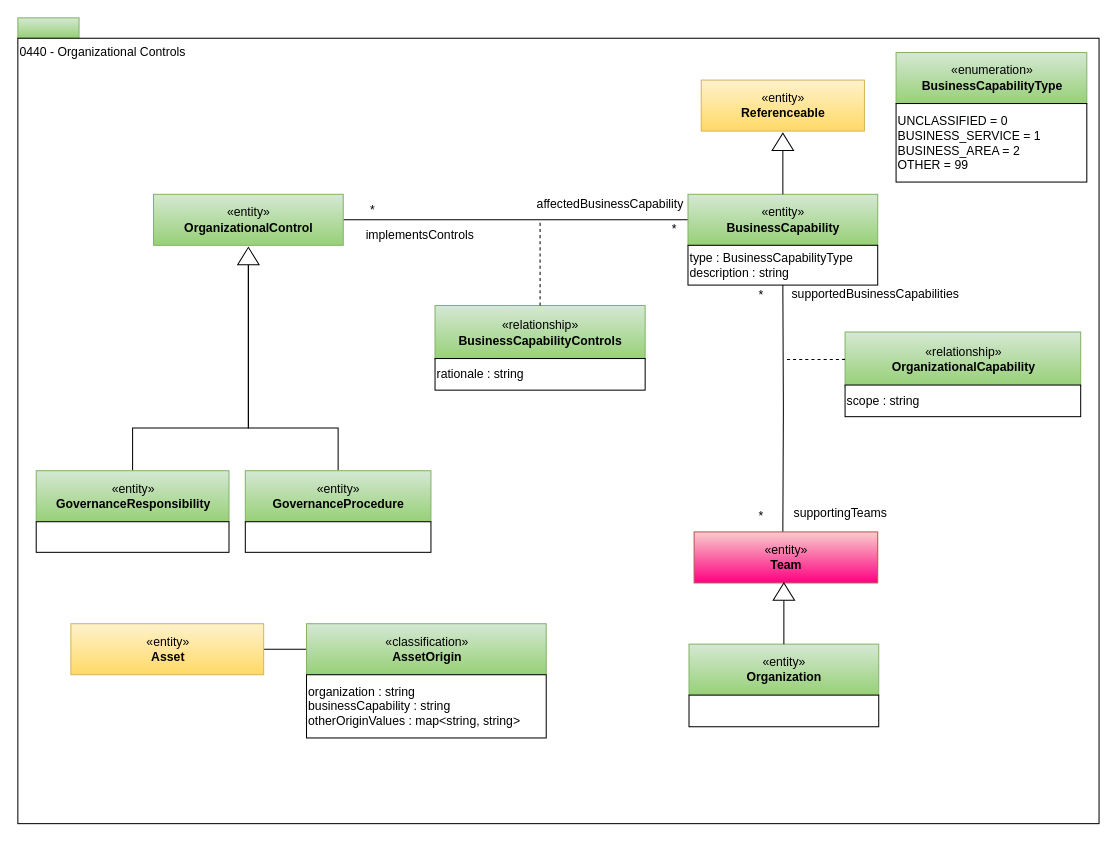
This is page "0440-Organizational-Controls" (15 of 25) of open-metadata-publication/website/open-metadata-types/area-4-governance.drawio from odpi/egeria, a draw.io file, before an edit. Source tidied: cells renumbered, new cells numbered last; positions are measured from the earlier drawing's top-left corner, leaving out a move shared by most shapes. Both pictures are drawn from the tidied source at 102%, with x=0, y=0 at pixel (17, 17).
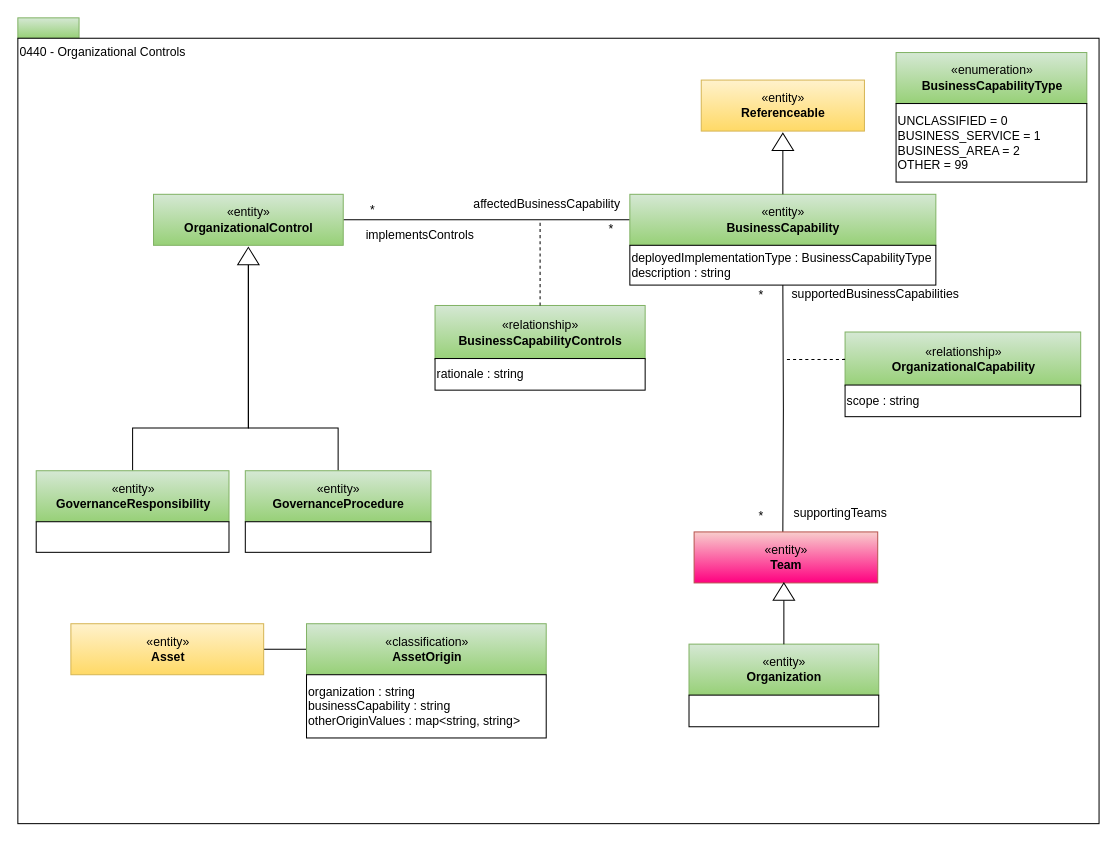
The same page after the edit.

Change to the diagram source:
```diff
@@
     <mxCell id="6" value="«entity»&lt;br&gt;&lt;b&gt;BusinessCapability&lt;/b&gt;" style="html=1;strokeColor=#82b366;align=center;fillColor=#d5e8d4;gradientColor=#97d077;" parent="1" vertex="1">
-      <mxGeometry x="657" y="173" width="186" height="50" as="geometry" />
+      <mxGeometry x="600" y="173" width="300" height="50" as="geometry" />
     </mxCell>
     <mxCell id="7" value="*" style="text;html=1;strokeColor=none;fillColor=none;align=center;verticalAlign=middle;whiteSpace=wrap;rounded=0;" parent="1" vertex="1">
-      <mxGeometry x="631" y="198" width="26" height="18" as="geometry" />
+      <mxGeometry x="569" y="198" width="26" height="18" as="geometry" />
     </mxCell>
@@
     <mxCell id="11" value="affectedBusinessCapability" style="text;html=1;strokeColor=none;fillColor=none;align=center;verticalAlign=middle;whiteSpace=wrap;rounded=0;" parent="1" vertex="1">
-      <mxGeometry x="518" y="173" width="126" height="20" as="geometry" />
+      <mxGeometry x="456" y="173" width="126" height="20" as="geometry" />
     </mxCell>
@@
-    <mxCell id="24" value="type : BusinessCapabilityType&lt;br&gt;description : string" style="rounded=0;whiteSpace=wrap;html=1;strokeColor=#000000;gradientColor=#ffffff;align=left;" parent="1" vertex="1">
-      <mxGeometry x="657" y="223" width="186" height="39" as="geometry" />
+    <mxCell id="24" value="deployedImplementationType : BusinessCapabilityType&lt;br&gt;description : string" style="rounded=0;whiteSpace=wrap;html=1;strokeColor=#000000;gradientColor=#ffffff;align=left;" parent="1" vertex="1">
+      <mxGeometry x="600" y="223" width="300" height="39" as="geometry" />
     </mxCell>
```
